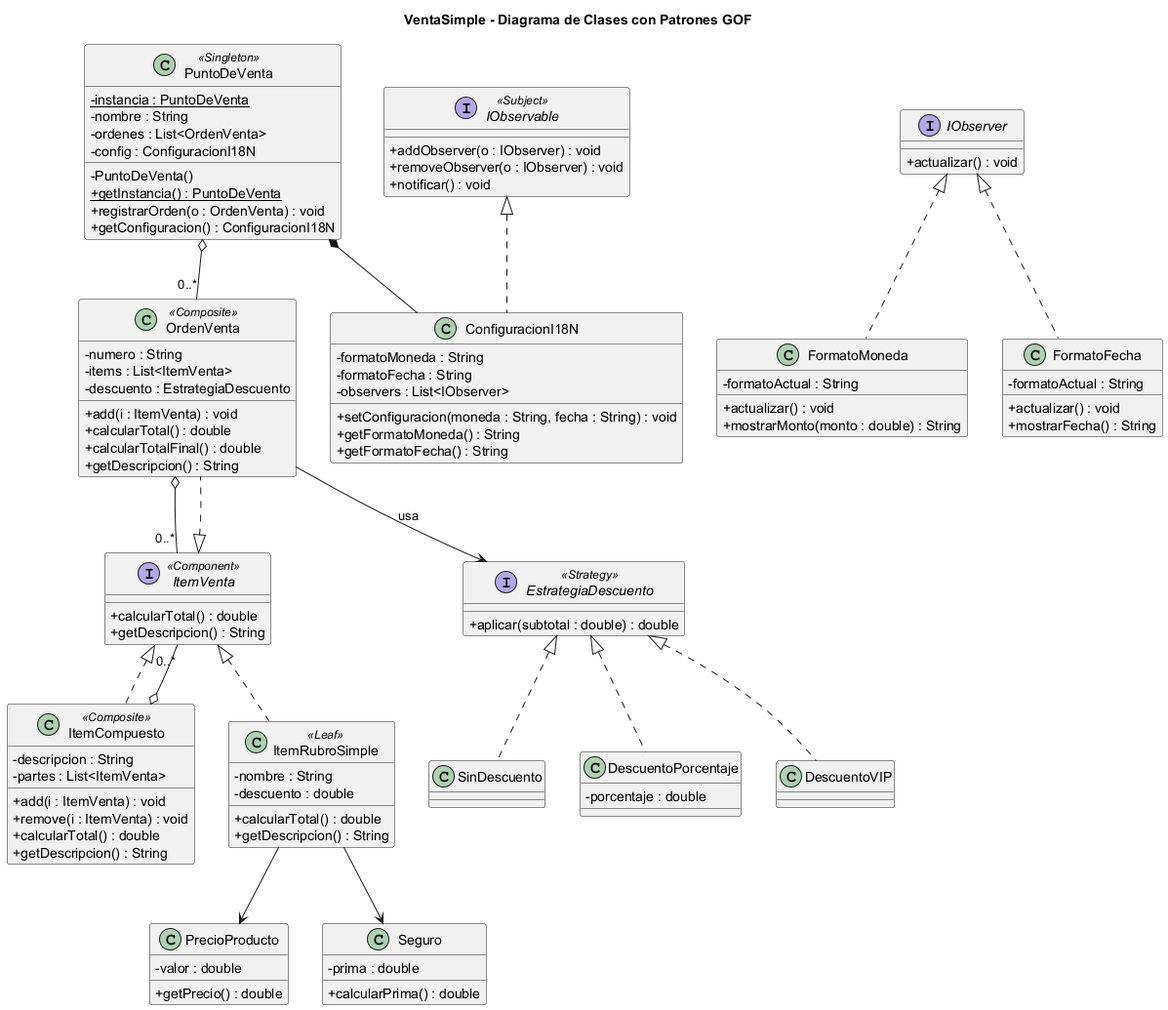
santivicente/Items keeps this PlantUML diagram as docs/uml/VentaSimple-Clases.png. Above is the earlier version.
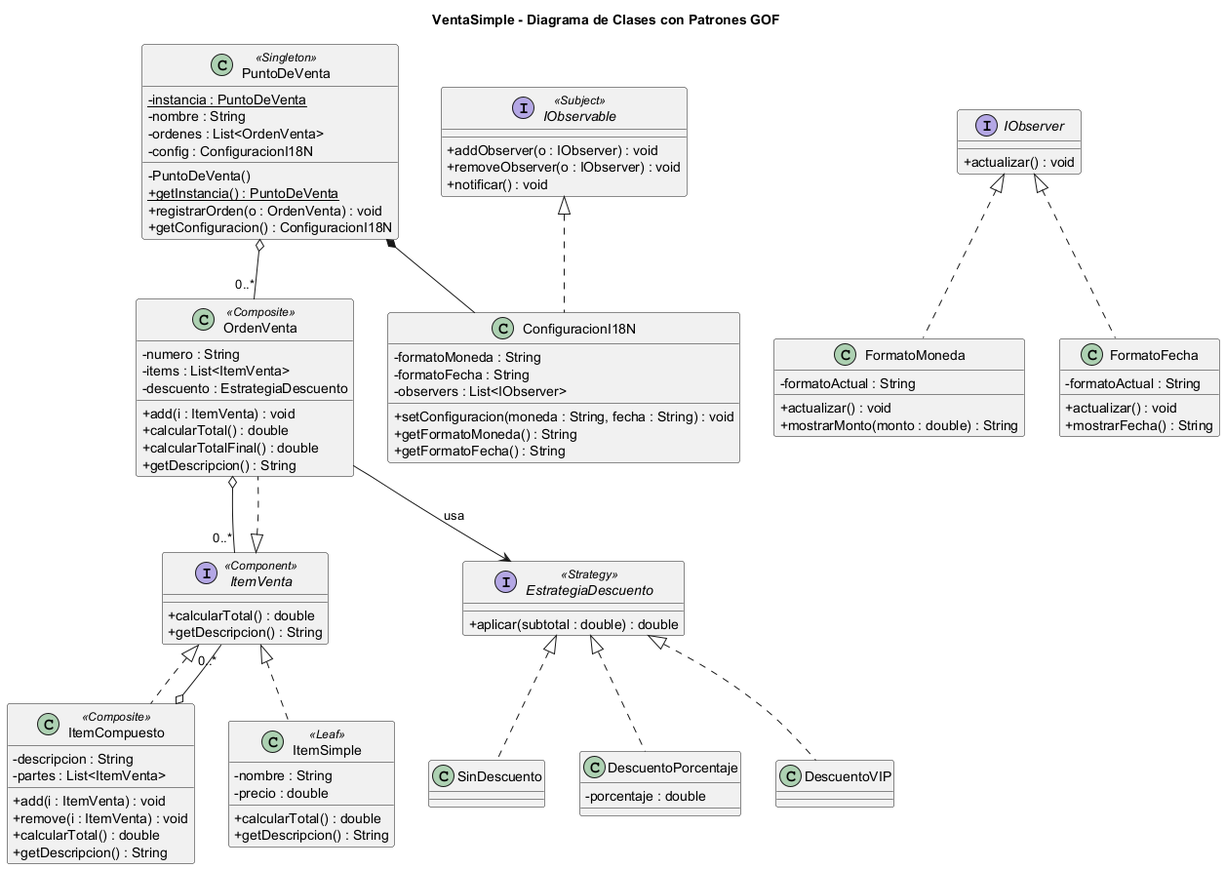
The same file after the commit.

Commit message:
refactor(uml): simplificar Composite segun feedback (ItemRubroSimple->ItemSimple; quitar PrecioProducto, Seguro y descuento por item)

What changed in the source:
```diff
@@ -34,27 +34,17 @@
   + calcularTotal() : double
   + getDescripcion() : String
 }
-class ItemRubroSimple <<Leaf>> {
+class ItemSimple <<Leaf>> {
   - nombre : String
-  - descuento : double
+  - precio : double
   + calcularTotal() : double
   + getDescripcion() : String
 }
-class PrecioProducto {
-  - valor : double
-  + getPrecio() : double
-}
-class Seguro {
-  - prima : double
-  + calcularPrima() : double
-}
 ItemVenta <|.. OrdenVenta
 ItemVenta <|.. ItemCompuesto
-ItemVenta <|.. ItemRubroSimple
+ItemVenta <|.. ItemSimple
 OrdenVenta o-- "0..*" ItemVenta
 ItemCompuesto o-- "0..*" ItemVenta
-ItemRubroSimple --> PrecioProducto
-ItemRubroSimple --> Seguro
 
 interface EstrategiaDescuento <<Strategy>> {
   + aplicar(subtotal : double) : double
```
